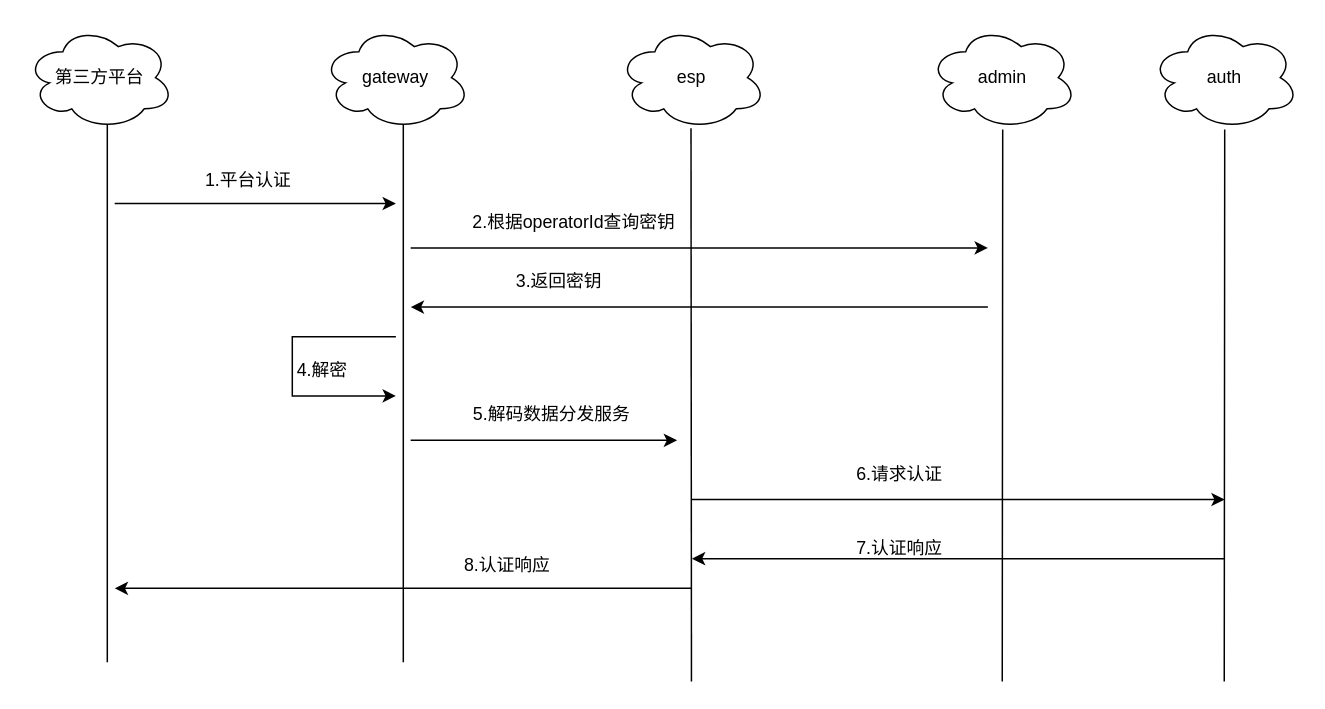
Before: work/互联互通.drawio in dzghahaha/mind-resp, a draw.io diagram. Source tidied: cells renumbered, new cells numbered last; positions are measured from the earlier drawing's top-left corner, leaving out a move shared by most shapes. Both pictures are drawn from the tidied source at 148%, with x=0, y=0 at pixel (25, 25).
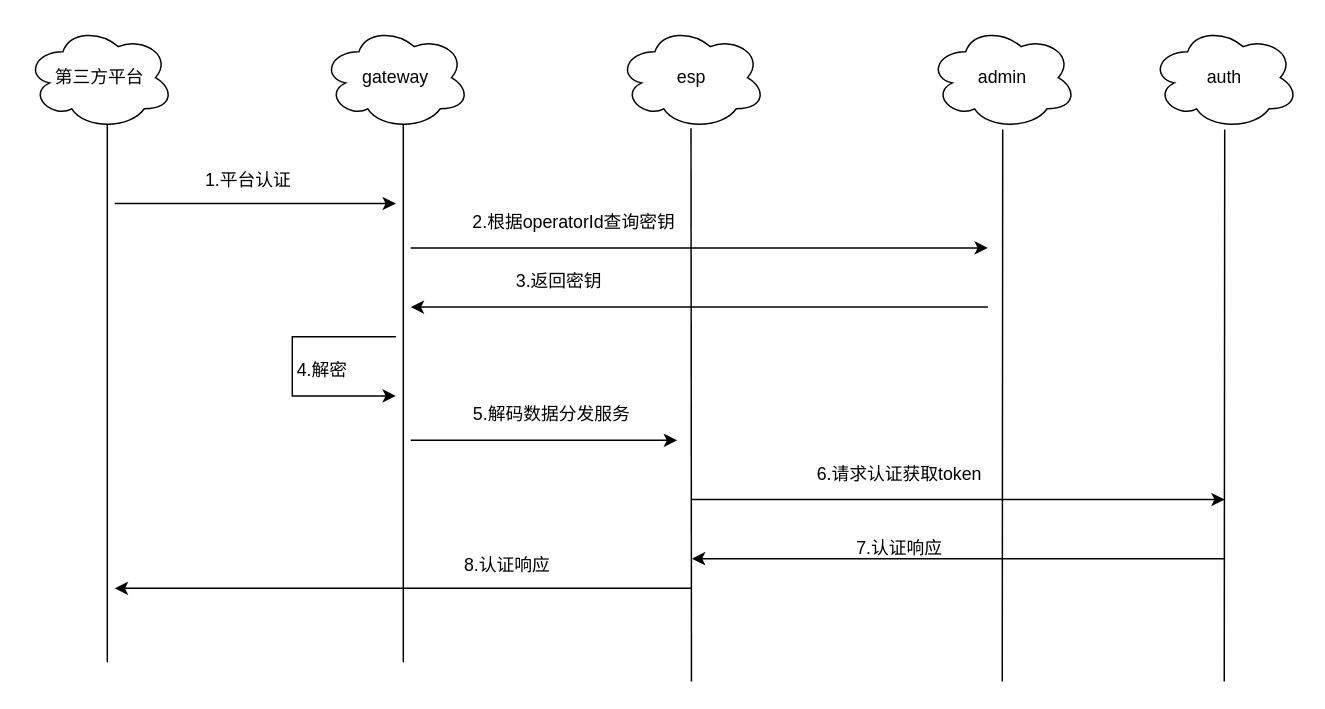
After the change.

Commit message:
更新互联互通.drawio

Diff of the diagram source:
```diff
@@
-    <mxCell id="23" value="6.请求认证" style="text;html=1;align=center;verticalAlign=middle;strokeColor=none;fillColor=none;" parent="1" vertex="1">
-      <mxGeometry x="550" y="288" width="80" height="30" as="geometry" />
+    <mxCell id="23" value="6.请求认证获取token" style="text;html=1;align=center;verticalAlign=middle;strokeColor=none;fillColor=none;" parent="1" vertex="1">
+      <mxGeometry x="525" y="288" width="130" height="30" as="geometry" />
     </mxCell>
```
